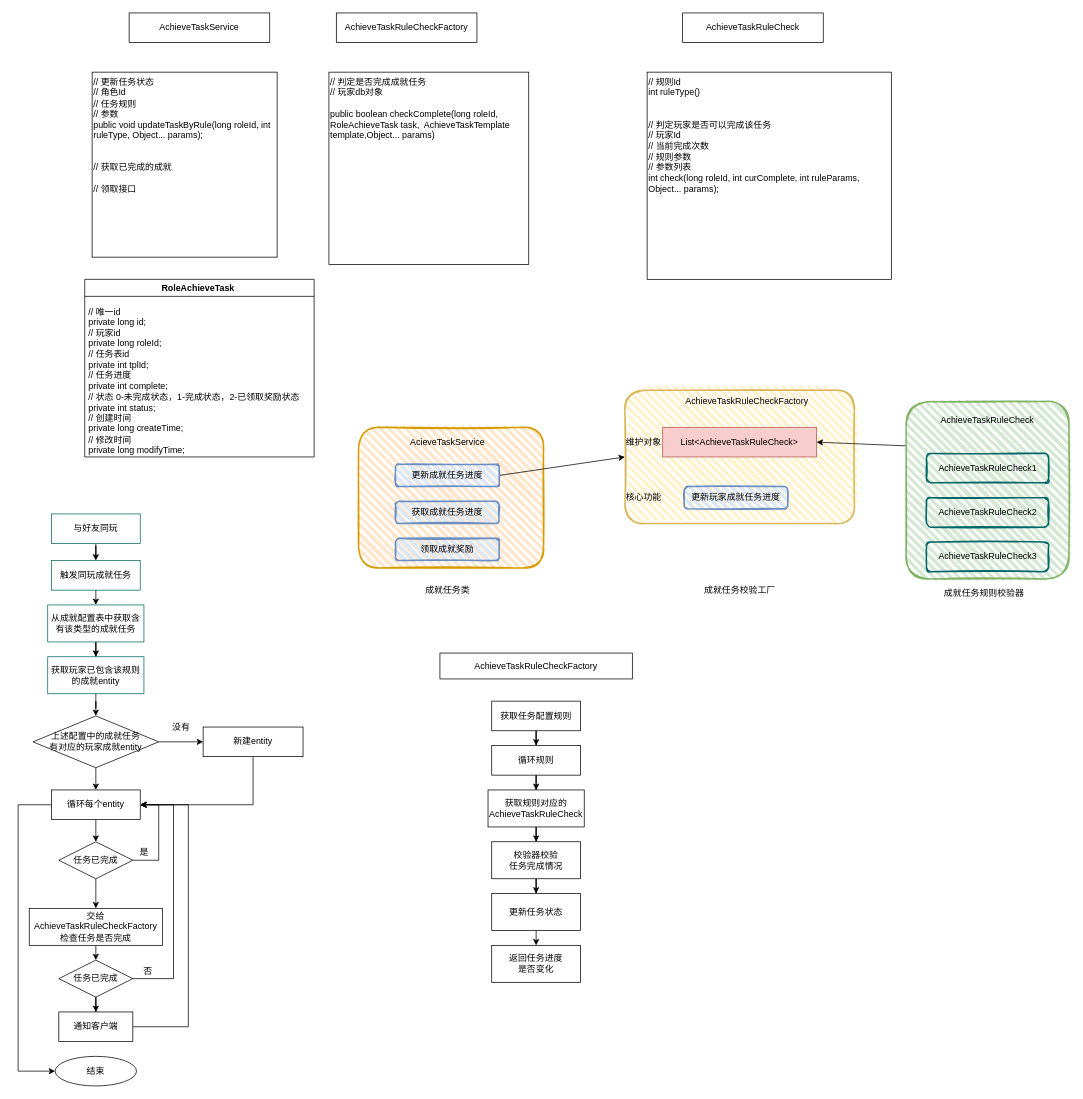
This is SS2成就任务系统.drawio from Ordertiny/graph, a draw.io file, before an edit. Source tidied: cells renumbered, new cells numbered last; positions are measured from the earlier drawing's top-left corner, leaving out a move shared by most shapes. Both pictures are drawn from the tidied source at 74%, with x=0, y=0 at pixel (18, 13).
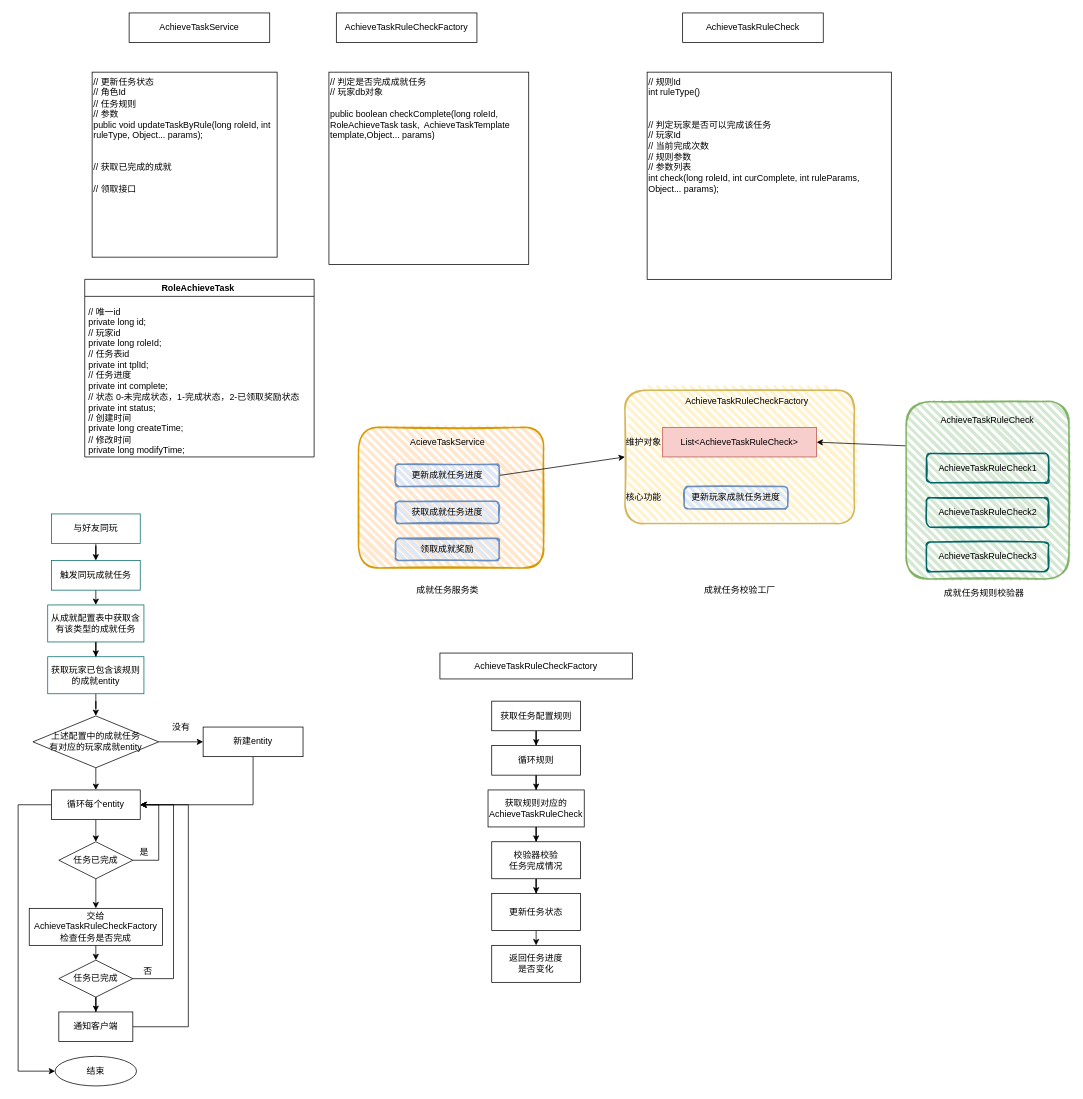
The same diagram, later.

Commit message:
更新SS2成就任务系统.drawio

Diff of the diagram source:
```diff
@@
-    <mxCell id="69" value="成就任务类" style="text;html=1;align=center;verticalAlign=middle;strokeColor=none;fillColor=none;" parent="1" vertex="1">
-      <mxGeometry x="540" y="765" width="80" height="30" as="geometry" />
+    <mxCell id="69" value="成就任务服务类" style="text;html=1;align=center;verticalAlign=middle;strokeColor=none;fillColor=none;" parent="1" vertex="1">
+      <mxGeometry x="525" y="765" width="110" height="30" as="geometry" />
     </mxCell>
```
